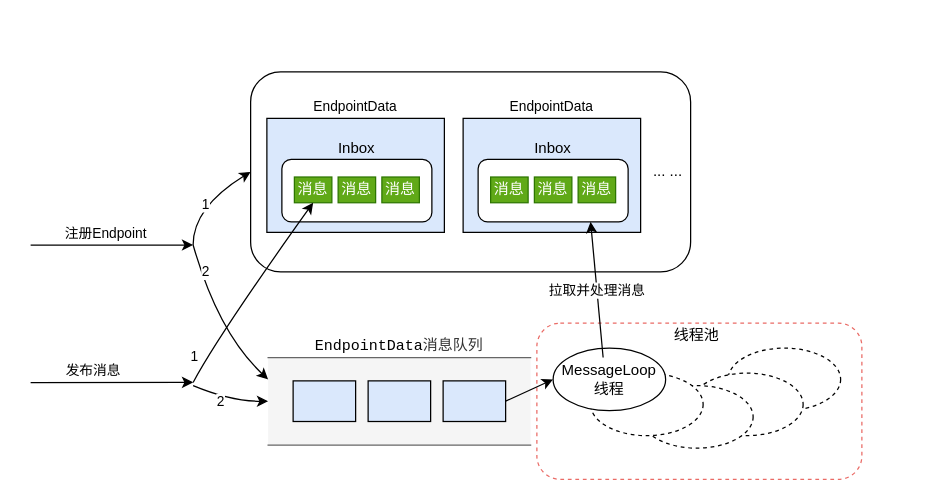
jtLiBrain/docs keeps this draw.io diagram as rpc.drawio. Above is the earlier version. Source tidied: cells renumbered, new cells numbered last; positions are measured from the earlier drawing's top-left corner, leaving out a move shared by most shapes. Both pictures are drawn from the tidied source at 125%, with x=0, y=0 at pixel (30, 71).
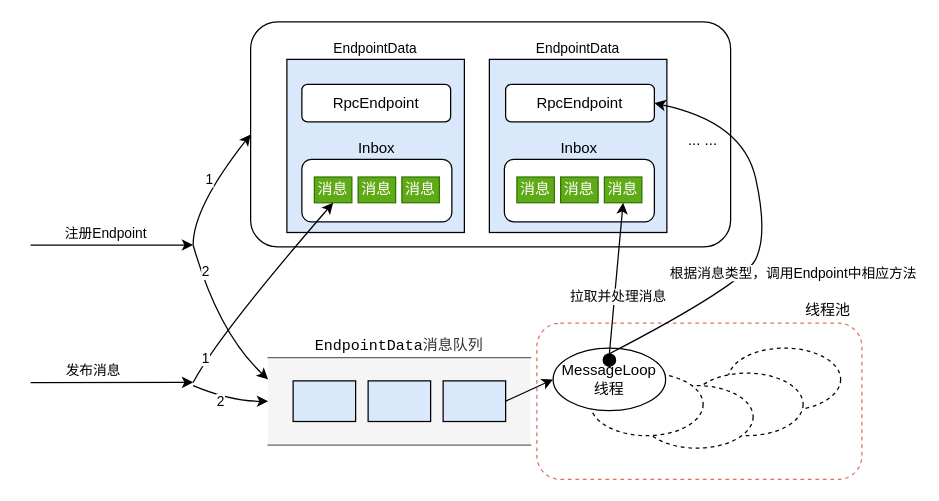
The same diagram, later.

Change to the diagram source:
```diff
@@
-    <mxCell id="2" style="rounded=1;whiteSpace=wrap;html=1;strokeColor=#000000;strokeWidth=1;fillColor=#ffffff;" parent="1" vertex="1">
-      <mxGeometry x="176" width="352" height="160" as="geometry" />
+    <mxCell id="2" style="rounded=1;whiteSpace=wrap;html=1;strokeColor=#000000;strokeWidth=1;fillColor=#ffffff;arcSize=12;" parent="1" vertex="1">
+      <mxGeometry x="176" y="-40" width="384" height="180" as="geometry" />
     </mxCell>
@@
     <mxCell id="22" value="&lt;span style=&quot;font-size: 11px ; background-color: rgb(255 , 255 , 255)&quot;&gt;EndpointData&lt;/span&gt;" style="rounded=0;whiteSpace=wrap;html=1;strokeWidth=1;fillColor=#dae8fc;labelPosition=center;verticalLabelPosition=top;align=center;verticalAlign=bottom;" parent="1" vertex="1">
-      <mxGeometry x="189" y="37.2" width="142" height="91.2" as="geometry" />
+      <mxGeometry x="205" y="-10" width="142" height="138.5" as="geometry" />
     </mxCell>
     <mxCell id="23" value="Inbox" style="rounded=1;whiteSpace=wrap;html=1;strokeColor=#000000;strokeWidth=1;fillColor=#ffffff;labelPosition=center;verticalLabelPosition=top;align=center;verticalAlign=bottom;" parent="1" vertex="1">
-      <mxGeometry x="201" y="70" width="120" height="50" as="geometry" />
+      <mxGeometry x="217" y="70" width="120" height="50" as="geometry" />
     </mxCell>
     <mxCell id="24" value="消息" style="rounded=0;whiteSpace=wrap;html=1;strokeColor=#2D7600;strokeWidth=1;fillColor=#60a917;fontColor=#ffffff;" parent="1" vertex="1">
-      <mxGeometry x="211" y="84.1" width="30" height="20.6" as="geometry" />
+      <mxGeometry x="227" y="84.1" width="30" height="20.6" as="geometry" />
     </mxCell>
     <mxCell id="25" value="消息" style="rounded=0;whiteSpace=wrap;html=1;strokeColor=#2D7600;strokeWidth=1;fillColor=#60a917;fontColor=#ffffff;" parent="1" vertex="1">
-      <mxGeometry x="246" y="84.1" width="30" height="20.6" as="geometry" />
+      <mxGeometry x="262" y="84.1" width="30" height="20.6" as="geometry" />
     </mxCell>
     <mxCell id="26" value="消息" style="rounded=0;whiteSpace=wrap;html=1;strokeColor=#2D7600;strokeWidth=1;fillColor=#60a917;fontColor=#ffffff;" parent="1" vertex="1">
-      <mxGeometry x="281" y="84.1" width="30" height="20.6" as="geometry" />
+      <mxGeometry x="297" y="84.1" width="30" height="20.6" as="geometry" />
     </mxCell>
     <mxCell id="27" value="&lt;span style=&quot;font-size: 11px ; background-color: rgb(255 , 255 , 255)&quot;&gt;EndpointData&lt;/span&gt;" style="rounded=0;whiteSpace=wrap;html=1;strokeWidth=1;fillColor=#dae8fc;labelPosition=center;verticalLabelPosition=top;align=center;verticalAlign=bottom;" parent="1" vertex="1">
-      <mxGeometry x="346" y="37.2" width="142" height="91.2" as="geometry" />
+      <mxGeometry x="367" y="-10" width="142" height="138.5" as="geometry" />
     </mxCell>
     <mxCell id="28" value="Inbox" style="rounded=1;whiteSpace=wrap;html=1;strokeColor=#000000;strokeWidth=1;fillColor=#ffffff;labelPosition=center;verticalLabelPosition=top;align=center;verticalAlign=bottom;" parent="1" vertex="1">
-      <mxGeometry x="358" y="70" width="120" height="50" as="geometry" />
+      <mxGeometry x="379" y="70" width="120" height="50" as="geometry" />
     </mxCell>
     <mxCell id="29" value="消息" style="rounded=0;whiteSpace=wrap;html=1;strokeColor=#2D7600;strokeWidth=1;fillColor=#60a917;fontColor=#ffffff;" parent="1" vertex="1">
-      <mxGeometry x="368" y="84.1" width="30" height="20.6" as="geometry" />
+      <mxGeometry x="389" y="84.1" width="30" height="20.6" as="geometry" />
     </mxCell>
     <mxCell id="30" value="消息" style="rounded=0;whiteSpace=wrap;html=1;strokeColor=#2D7600;strokeWidth=1;fillColor=#60a917;fontColor=#ffffff;" parent="1" vertex="1">
-      <mxGeometry x="403" y="84.1" width="30" height="20.6" as="geometry" />
+      <mxGeometry x="424" y="84.1" width="30" height="20.6" as="geometry" />
     </mxCell>
     <mxCell id="31" value="消息" style="rounded=0;whiteSpace=wrap;html=1;strokeColor=#2D7600;strokeWidth=1;fillColor=#60a917;fontColor=#ffffff;" parent="1" vertex="1">
-      <mxGeometry x="438" y="84.1" width="30" height="20.6" as="geometry" />
+      <mxGeometry x="459" y="84.1" width="30" height="20.6" as="geometry" />
     </mxCell>
     <mxCell id="32" value="... ..." style="text;html=1;strokeColor=none;fillColor=none;align=center;verticalAlign=middle;whiteSpace=wrap;rounded=0;" parent="1" vertex="1">
-      <mxGeometry x="490" y="70" width="40" height="20" as="geometry" />
+      <mxGeometry x="518" y="45" width="40" height="20" as="geometry" />
     </mxCell>
@@
-    <mxCell id="37" value="拉取并处理消息" style="endArrow=classic;html=1;entryX=0.75;entryY=1;entryDx=0;entryDy=0;" parent="1" edge="1" target="28">
-      <mxGeometry relative="1" as="geometry">
-        <mxPoint x="458" y="228.5" as="sourcePoint" />
-      </mxGeometry>
+    <mxCell id="37" value="拉取并处理消息" style="endArrow=classic;html=1;entryX=0.5;entryY=1;entryDx=0;entryDy=0;exitX=0.5;exitY=0;exitDx=0;exitDy=0;" parent="1" edge="1" source="43" target="31">
+      <mxGeometry x="-0.24" y="-3" relative="1" as="geometry" />
     </mxCell>
     <mxCell id="38" value="线程池" style="text;html=1;strokeColor=none;fillColor=none;align=center;verticalAlign=middle;whiteSpace=wrap;rounded=0;" parent="1" vertex="1">
-      <mxGeometry x="513" y="201" width="40" height="20" as="geometry" />
+      <mxGeometry x="618" y="181" width="40" height="20" as="geometry" />
     </mxCell>
+    <mxCell id="39" value="RpcEndpoint" style="rounded=1;whiteSpace=wrap;html=1;strokeColor=#000000;strokeWidth=1;fillColor=#ffffff;" parent="1" vertex="1">
+      <mxGeometry x="217" y="10" width="119" height="30" as="geometry" />
+    </mxCell>
+    <mxCell id="40" value="RpcEndpoint" style="rounded=1;whiteSpace=wrap;html=1;strokeColor=#000000;strokeWidth=1;fillColor=#ffffff;" parent="1" vertex="1">
+      <mxGeometry x="380" y="10" width="119" height="30" as="geometry" />
+    </mxCell>
+    <mxCell id="41" style="curved=1;endArrow=classic;html=1;exitX=0.5;exitY=0;exitDx=0;exitDy=0;entryX=1;entryY=0.5;entryDx=0;entryDy=0;" parent="1" edge="1" source="43" target="40">
+      <mxGeometry relative="1" as="geometry">
+        <Array as="points">
+          <mxPoint x="570" y="170" />
+          <mxPoint x="590" y="130" />
+          <mxPoint x="570" y="40" />
+        </Array>
+      </mxGeometry>
+    </mxCell>
+    <mxCell id="42" value="根据消息类型，调用Endpoint中相应方法" style="edgeLabel;html=1;align=center;verticalAlign=middle;" parent="41" vertex="1">
+      <mxGeometry x="-0.38" y="4" relative="1" as="geometry">
+        <mxPoint x="57.9" y="-14.8" as="offset" />
+      </mxGeometry>
+    </mxCell>
+    <mxCell id="43" style="ellipse;whiteSpace=wrap;html=1;strokeColor=#000000;strokeWidth=1;fillColor=#000000;" parent="1" vertex="1">
+      <mxGeometry x="458" y="225.5" width="10" height="10" as="geometry" />
+    </mxCell>
```
